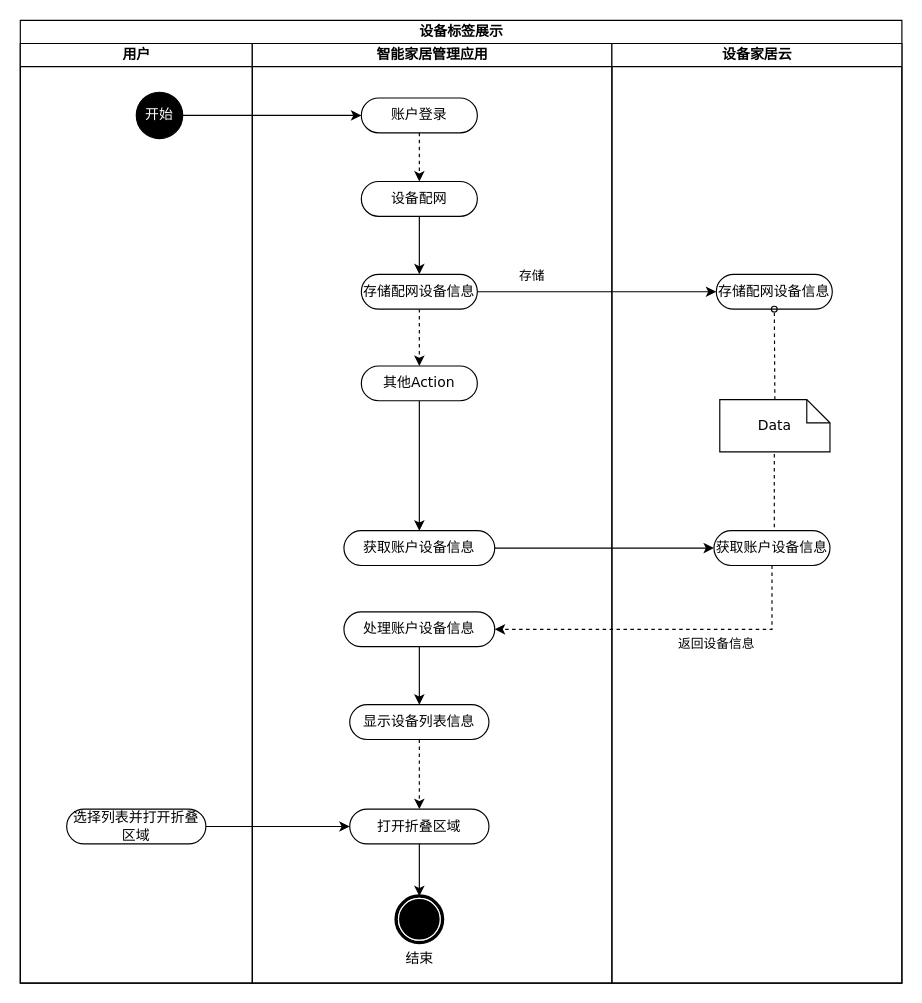
befairyliu/draw.io keeps this draw.io diagram as draw/智能家居配网场景设备发现与标签展示.drawio. Above is the earlier version. Source tidied: cells renumbered, new cells numbered last; positions are measured from the earlier drawing's top-left corner, leaving out a move shared by most shapes. Both pictures are drawn from the tidied source at 116%, with x=0, y=0 at pixel (20, 20).
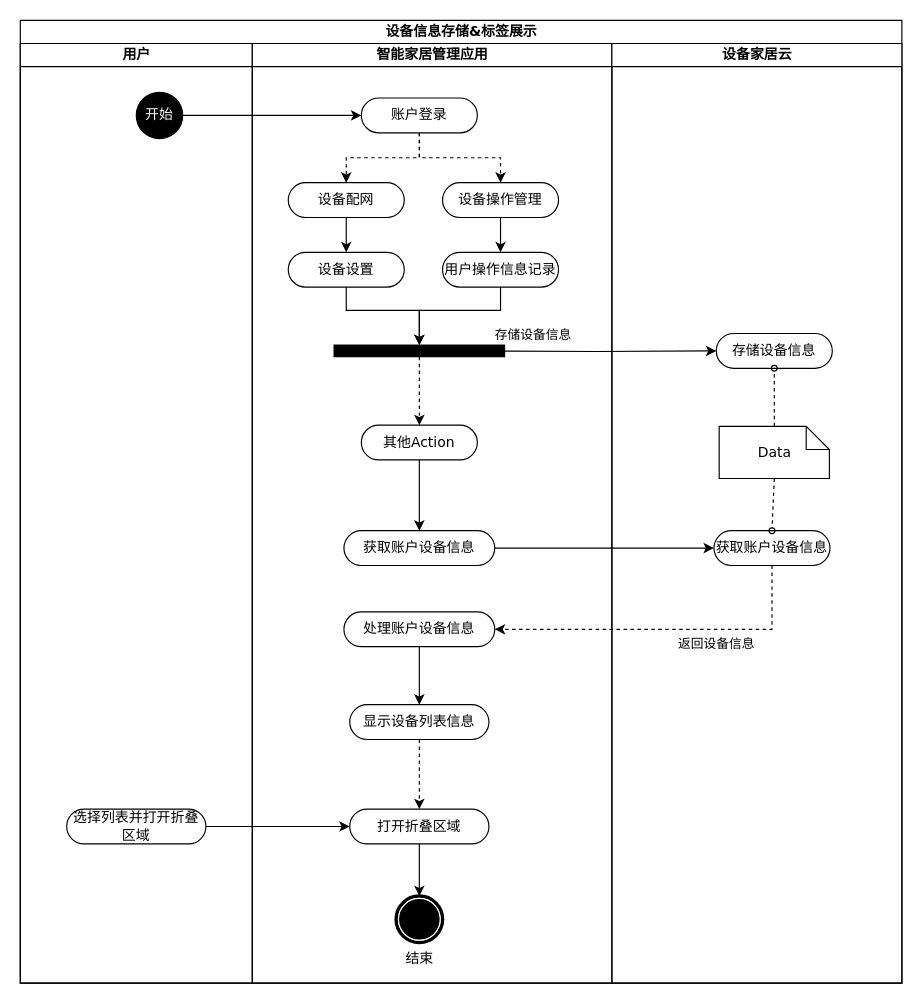
After the change.

Commit message:
Update 智能家居配网场景设备发现与标签展示.drawio

The change refers to these unchanged cells:
```xml
<mxCell id="6" value="智能家居管理应用" style="swimlane;html=1;startSize=20;" parent="2" vertex="1">
  <mxGeometry x="200" y="20" width="310" height="810" as="geometry" />
</mxCell>
<mxCell id="12" value="账户登录" style="rounded=1;whiteSpace=wrap;html=1;shadow=0;comic=0;labelBackgroundColor=none;strokeWidth=1;fontFamily=Verdana;fontSize=12;align=center;arcSize=50;" parent="6" vertex="1">
  <mxGeometry x="94" y="47" width="100" height="30" as="geometry" />
</mxCell>
```

Diff of the diagram source:
```diff
@@
-    <mxCell id="2" value="设备标签展示" style="swimlane;html=1;startSize=20;rounded=0;shadow=0;comic=0;labelBackgroundColor=none;strokeWidth=1;fontFamily=Verdana;fontSize=12;align=center;" parent="1" vertex="1">
+    <mxCell id="2" value="设备信息存储&amp;amp;标签展示" style="swimlane;html=1;startSize=20;rounded=0;shadow=0;comic=0;labelBackgroundColor=none;strokeWidth=1;fontFamily=Verdana;fontSize=12;align=center;" parent="1" vertex="1">
       <mxGeometry width="760" height="830" as="geometry" />
     </mxCell>
@@
-    <mxCell id="7" style="edgeStyle=orthogonalEdgeStyle;rounded=0;jettySize=auto;html=1;exitX=0.5;exitY=1;exitDx=0;exitDy=0;dashed=1;" parent="6" edge="1" source="8" target="14">
-      <mxGeometry relative="1" as="geometry" />
-    </mxCell>
-    <mxCell id="8" value="存储配网设备信息" style="rounded=1;whiteSpace=wrap;html=1;shadow=0;comic=0;labelBackgroundColor=none;strokeWidth=1;fontFamily=Verdana;fontSize=12;align=center;arcSize=50;" parent="6" vertex="1">
-      <mxGeometry x="94" y="199" width="100" height="30" as="geometry" />
-    </mxCell>
-    <mxCell id="9" style="edgeStyle=orthogonalEdgeStyle;rounded=0;jettySize=auto;html=1;exitX=0.5;exitY=1;exitDx=0;exitDy=0;entryX=0.5;entryY=0;entryDx=0;entryDy=0;" parent="6" edge="1" source="10" target="8">
-      <mxGeometry relative="1" as="geometry" />
-    </mxCell>
+    <mxCell id="36" style="edgeStyle=orthogonalEdgeStyle;rounded=0;jettySize=auto;html=1;exitX=0.5;exitY=1;exitDx=0;exitDy=0;entryX=0.5;entryY=0;entryDx=0;entryDy=0;" parent="6" edge="1" source="10" target="38">
+      <mxGeometry relative="1" as="geometry" />
+    </mxCell>
     <mxCell id="10" value="设备配网" style="rounded=1;whiteSpace=wrap;html=1;shadow=0;comic=0;labelBackgroundColor=none;strokeWidth=1;fontFamily=Verdana;fontSize=12;align=center;arcSize=50;" parent="6" vertex="1">
-      <mxGeometry x="94" y="119" width="100" height="30" as="geometry" />
+      <mxGeometry x="31" y="120" width="100" height="30" as="geometry" />
     </mxCell>
@@
+    <mxCell id="37" style="edgeStyle=orthogonalEdgeStyle;rounded=0;jettySize=auto;html=1;exitX=0.5;exitY=1;exitDx=0;exitDy=0;" parent="6" edge="1" source="38">
+      <mxGeometry relative="1" as="geometry">
+        <mxPoint x="144" y="260" as="targetPoint" />
+        <Array as="points">
+          <mxPoint x="81" y="230" />
+          <mxPoint x="144" y="230" />
+        </Array>
+      </mxGeometry>
+    </mxCell>
+    <mxCell id="38" value="设备设置" style="rounded=1;whiteSpace=wrap;html=1;shadow=0;comic=0;labelBackgroundColor=none;strokeWidth=1;fontFamily=Verdana;fontSize=12;align=center;arcSize=50;" parent="6" vertex="1">
+      <mxGeometry x="31" y="180" width="100" height="30" as="geometry" />
+    </mxCell>
+    <mxCell id="39" style="edgeStyle=orthogonalEdgeStyle;rounded=0;jettySize=auto;html=1;exitX=0.5;exitY=1;exitDx=0;exitDy=0;entryX=0.5;entryY=0;entryDx=0;entryDy=0;dashed=1;" parent="6" edge="1" source="12" target="42">
+      <mxGeometry relative="1" as="geometry" />
+    </mxCell>
@@
-    <mxCell id="14" value="其他Action" style="rounded=1;whiteSpace=wrap;html=1;shadow=0;comic=0;labelBackgroundColor=none;strokeWidth=1;fontFamily=Verdana;fontSize=12;align=center;arcSize=50;" parent="6" vertex="1">
-      <mxGeometry x="94" y="278" width="100" height="30" as="geometry" />
-    </mxCell>
@@
-    <mxCell id="23" value="设备家居云" style="swimlane;html=1;startSize=20;" parent="2" vertex="1">
-      <mxGeometry x="510" y="20" width="250" height="810" as="geometry" />
-    </mxCell>
-    <mxCell id="24" style="edgeStyle=none;rounded=0;html=1;dashed=1;labelBackgroundColor=none;startArrow=none;startFill=0;startSize=5;endArrow=oval;endFill=0;endSize=5;jettySize=auto;strokeWidth=1;fontFamily=Verdana;fontSize=12;exitX=0.5;exitY=1;exitDx=0;exitDy=0;exitPerimeter=0;" parent="23" edge="1" source="26">
-      <mxGeometry relative="1" as="geometry">
-        <mxPoint x="140" y="440" as="targetPoint" />
-        <Array as="points">
-          <mxPoint x="140" y="347" />
-        </Array>
-      </mxGeometry>
-    </mxCell>
-    <mxCell id="25" value="存储配网设备信息" style="rounded=1;whiteSpace=wrap;html=1;shadow=0;comic=0;labelBackgroundColor=none;strokeWidth=1;fontFamily=Verdana;fontSize=12;align=center;arcSize=50;" parent="23" vertex="1">
-      <mxGeometry x="90" y="199" width="100" height="30" as="geometry" />
-    </mxCell>
-    <mxCell id="26" value="Data" style="shape=note;whiteSpace=wrap;html=1;rounded=0;shadow=0;comic=0;labelBackgroundColor=none;strokeWidth=1;fontFamily=Verdana;fontSize=12;align=center;size=20;" parent="23" vertex="1">
-      <mxGeometry x="93" y="307" width="95" height="45" as="geometry" />
-    </mxCell>
-    <mxCell id="27" style="edgeStyle=none;rounded=0;html=1;dashed=1;labelBackgroundColor=none;startArrow=none;startFill=0;startSize=5;endArrow=oval;endFill=0;endSize=5;jettySize=auto;strokeWidth=1;fontFamily=Verdana;fontSize=12;exitX=0.5;exitY=0;exitDx=0;exitDy=0;exitPerimeter=0;" parent="23" edge="1" source="26">
-      <mxGeometry relative="1" as="geometry">
-        <mxPoint x="140" y="229" as="targetPoint" />
-      </mxGeometry>
-    </mxCell>
-    <mxCell id="28" value="获取账户设备信息" style="rounded=1;whiteSpace=wrap;html=1;shadow=0;comic=0;labelBackgroundColor=none;strokeWidth=1;fontFamily=Verdana;fontSize=12;align=center;arcSize=50;" parent="23" vertex="1">
-      <mxGeometry x="88" y="420" width="100" height="30" as="geometry" />
-    </mxCell>
+    <mxCell id="7" style="edgeStyle=orthogonalEdgeStyle;rounded=0;jettySize=auto;html=1;exitX=0.5;exitY=1;exitDx=0;exitDy=0;dashed=1;" parent="6" edge="1" source="41" target="14">
+      <mxGeometry relative="1" as="geometry" />
+    </mxCell>
+    <mxCell id="14" value="其他Action" style="rounded=1;whiteSpace=wrap;html=1;shadow=0;comic=0;labelBackgroundColor=none;strokeWidth=1;fontFamily=Verdana;fontSize=12;align=center;arcSize=50;" parent="6" vertex="1">
+      <mxGeometry x="94" y="329" width="100" height="30" as="geometry" />
+    </mxCell>
+    <mxCell id="40" style="edgeStyle=orthogonalEdgeStyle;rounded=0;jettySize=auto;html=1;exitX=0.5;exitY=1;exitDx=0;exitDy=0;entryX=0.5;entryY=0;entryDx=0;entryDy=0;" parent="6" edge="1" source="42" target="43">
+      <mxGeometry relative="1" as="geometry" />
+    </mxCell>
+    <mxCell id="41" style="whiteSpace=wrap;html=1;rounded=0;shadow=0;comic=0;labelBackgroundColor=none;strokeWidth=1;fillColor=#000000;fontFamily=Verdana;fontSize=12;align=center;rotation=0;" parent="6" vertex="1">
+      <mxGeometry x="70.5" y="260" width="147" height="10" as="geometry" />
+    </mxCell>
+    <mxCell id="42" value="设备操作管理" style="rounded=1;whiteSpace=wrap;html=1;shadow=0;comic=0;labelBackgroundColor=none;strokeWidth=1;fontFamily=Verdana;fontSize=12;align=center;arcSize=50;" parent="6" vertex="1">
+      <mxGeometry x="164" y="120" width="100" height="30" as="geometry" />
+    </mxCell>
+    <mxCell id="43" value="用户操作信息记录" style="rounded=1;whiteSpace=wrap;html=1;shadow=0;comic=0;labelBackgroundColor=none;strokeWidth=1;fontFamily=Verdana;fontSize=12;align=center;arcSize=50;" parent="6" vertex="1">
+      <mxGeometry x="164" y="180" width="100" height="30" as="geometry" />
+    </mxCell>
+    <mxCell id="44" style="edgeStyle=orthogonalEdgeStyle;rounded=0;jettySize=auto;html=1;exitX=0.5;exitY=1;exitDx=0;exitDy=0;entryX=0.5;entryY=0;entryDx=0;entryDy=0;" parent="6" edge="1" source="43" target="41">
+      <mxGeometry relative="1" as="geometry">
+        <Array as="points">
+          <mxPoint x="214" y="230" />
+          <mxPoint x="144" y="230" />
+        </Array>
+      </mxGeometry>
+    </mxCell>
-    <mxCell id="29" style="edgeStyle=orthogonalEdgeStyle;rounded=0;jettySize=auto;html=1;exitX=1;exitY=0.5;exitDx=0;exitDy=0;entryX=0;entryY=0.5;entryDx=0;entryDy=0;" parent="2" edge="1" source="8" target="25">
-      <mxGeometry relative="1" as="geometry" />
+    <mxCell id="29" style="edgeStyle=orthogonalEdgeStyle;rounded=0;jettySize=auto;html=1;exitX=1;exitY=0.5;exitDx=0;exitDy=0;entryX=0;entryY=0.5;entryDx=0;entryDy=0;" parent="2" edge="1" target="25">
+      <mxGeometry relative="1" as="geometry">
+        <mxPoint x="394" y="285" as="sourcePoint" />
+      </mxGeometry>
     </mxCell>
-    <mxCell id="30" value="存储" style="edgeLabel;html=1;align=center;verticalAlign=middle;" parent="29" vertex="1">
+    <mxCell id="30" value="存储设备信息" style="edgeLabel;html=1;align=center;verticalAlign=middle;" parent="29" vertex="1">
       <mxGeometry x="-0.23" y="2" relative="1" as="geometry">
         <mxPoint x="-33" y="-13" as="offset" />
       </mxGeometry>
     </mxCell>
+    <mxCell id="23" value="设备家居云" style="swimlane;html=1;startSize=20;" parent="2" vertex="1">
+      <mxGeometry x="510" y="20" width="250" height="810" as="geometry" />
+    </mxCell>
+    <mxCell id="28" value="获取账户设备信息" style="rounded=1;whiteSpace=wrap;html=1;shadow=0;comic=0;labelBackgroundColor=none;strokeWidth=1;fontFamily=Verdana;fontSize=12;align=center;arcSize=50;" parent="23" vertex="1">
+      <mxGeometry x="88" y="420" width="100" height="30" as="geometry" />
+    </mxCell>
+    <mxCell id="25" value="存储设备信息" style="rounded=1;whiteSpace=wrap;html=1;shadow=0;comic=0;labelBackgroundColor=none;strokeWidth=1;fontFamily=Verdana;fontSize=12;align=center;arcSize=50;" parent="23" vertex="1">
+      <mxGeometry x="90" y="250" width="100" height="30" as="geometry" />
+    </mxCell>
+    <mxCell id="27" style="edgeStyle=none;rounded=0;html=1;dashed=1;labelBackgroundColor=none;startArrow=none;startFill=0;startSize=5;endArrow=oval;endFill=0;endSize=5;jettySize=auto;strokeWidth=1;fontFamily=Verdana;fontSize=12;exitX=0.5;exitY=0;exitDx=0;exitDy=0;exitPerimeter=0;" parent="23" edge="1" source="26">
+      <mxGeometry relative="1" as="geometry">
+        <mxPoint x="140" y="280" as="targetPoint" />
+      </mxGeometry>
+    </mxCell>
+    <mxCell id="26" value="Data" style="shape=note;whiteSpace=wrap;html=1;rounded=0;shadow=0;comic=0;labelBackgroundColor=none;strokeWidth=1;fontFamily=Verdana;fontSize=12;align=center;size=20;" parent="23" vertex="1">
+      <mxGeometry x="92.5" y="330" width="95" height="45" as="geometry" />
+    </mxCell>
+    <mxCell id="24" style="edgeStyle=none;rounded=0;html=1;dashed=1;labelBackgroundColor=none;startArrow=none;startFill=0;startSize=5;endArrow=oval;endFill=0;endSize=5;jettySize=auto;strokeWidth=1;fontFamily=Verdana;fontSize=12;exitX=0.5;exitY=1;exitDx=0;exitDy=0;exitPerimeter=0;entryX=0.5;entryY=0;entryDx=0;entryDy=0;" parent="23" edge="1" source="26" target="28">
+      <mxGeometry relative="1" as="geometry" />
+    </mxCell>
```
